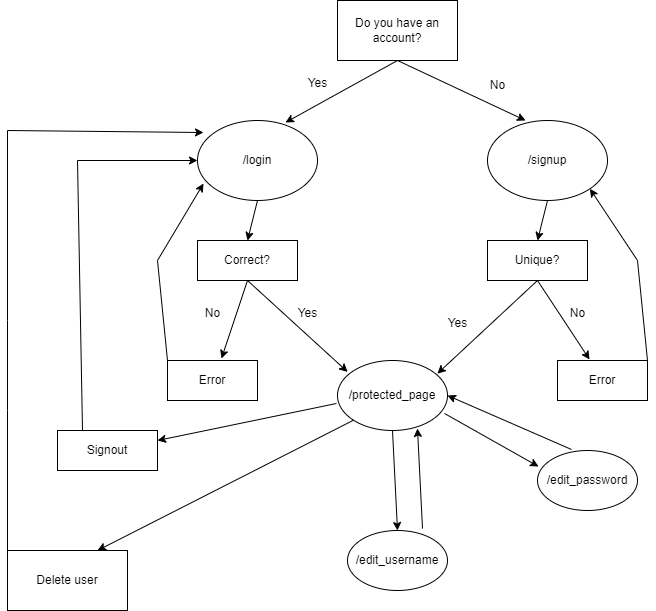
Earlier version of the draw.io export assets/ProgramFlow.drawio.png (Woodricht1/Messenger-App). Source tidied: cells renumbered, new cells last; positions are measured from the earlier drawing's top-left corner, leaving out a move shared by most shapes. Its diagram source:
```xml
<mxGraphModel>
  <root>
    <mxCell id="0" />
    <mxCell id="1" parent="0" />
    <mxCell id="2" value="Do you have an account?" style="rounded=0;whiteSpace=wrap;html=1;" parent="1" vertex="1">
      <mxGeometry x="330" width="120" height="60" as="geometry" />
    </mxCell>
    <mxCell id="3" value="/login" style="ellipse;whiteSpace=wrap;html=1;" parent="1" vertex="1">
      <mxGeometry x="190" y="120" width="120" height="80" as="geometry" />
    </mxCell>
    <mxCell id="4" value="/signup" style="ellipse;whiteSpace=wrap;html=1;" parent="1" vertex="1">
      <mxGeometry x="480" y="120" width="120" height="80" as="geometry" />
    </mxCell>
    <mxCell id="5" style="endArrow=classic;html=1;rounded=0;exitX=0.5;exitY=1;exitDx=0;exitDy=0;entryX=0.733;entryY=0.025;entryDx=0;entryDy=0;entryPerimeter=0;" parent="1" edge="1" source="2" target="3">
      <mxGeometry relative="1" as="geometry" />
    </mxCell>
    <mxCell id="6" style="endArrow=classic;html=1;rounded=0;exitX=0.5;exitY=1;exitDx=0;exitDy=0;entryX=0.317;entryY=0;entryDx=0;entryDy=0;entryPerimeter=0;" parent="1" edge="1" source="2" target="4">
      <mxGeometry relative="1" as="geometry" />
    </mxCell>
    <mxCell id="7" value="Unique?" style="rounded=0;whiteSpace=wrap;html=1;" parent="1" vertex="1">
      <mxGeometry x="480" y="240" width="100" height="40" as="geometry" />
    </mxCell>
    <mxCell id="8" value="Correct?" style="rounded=0;whiteSpace=wrap;html=1;" parent="1" vertex="1">
      <mxGeometry x="190" y="240" width="100" height="40" as="geometry" />
    </mxCell>
    <mxCell id="9" value="/protected_page" style="ellipse;whiteSpace=wrap;html=1;" parent="1" vertex="1">
      <mxGeometry x="330" y="360" width="110" height="70" as="geometry" />
    </mxCell>
    <mxCell id="10" style="endArrow=classic;html=1;rounded=0;exitX=0.5;exitY=1;exitDx=0;exitDy=0;entryX=0.092;entryY=0.163;entryDx=0;entryDy=0;entryPerimeter=0;" parent="1" edge="1" source="8" target="9">
      <mxGeometry relative="1" as="geometry" />
    </mxCell>
    <mxCell id="11" style="endArrow=classic;html=1;rounded=0;exitX=0.5;exitY=1;exitDx=0;exitDy=0;entryX=0.908;entryY=0.188;entryDx=0;entryDy=0;entryPerimeter=0;" parent="1" edge="1" source="7" target="9">
      <mxGeometry relative="1" as="geometry" />
    </mxCell>
    <mxCell id="12" value="Error" style="rounded=0;whiteSpace=wrap;html=1;" parent="1" vertex="1">
      <mxGeometry x="160" y="360" width="90" height="40" as="geometry" />
    </mxCell>
    <mxCell id="13" value="Error" style="rounded=0;whiteSpace=wrap;html=1;" parent="1" vertex="1">
      <mxGeometry x="550" y="360" width="90" height="40" as="geometry" />
    </mxCell>
    <mxCell id="14" style="endArrow=classic;html=1;rounded=0;exitX=0.5;exitY=1;exitDx=0;exitDy=0;entryX=0.6;entryY=-0.05;entryDx=0;entryDy=0;entryPerimeter=0;" parent="1" edge="1" source="8" target="12">
      <mxGeometry relative="1" as="geometry" />
    </mxCell>
    <mxCell id="15" style="endArrow=classic;html=1;rounded=0;exitX=0.5;exitY=1;exitDx=0;exitDy=0;entryX=0.356;entryY=-0.025;entryDx=0;entryDy=0;entryPerimeter=0;" parent="1" edge="1" source="7" target="13">
      <mxGeometry relative="1" as="geometry" />
    </mxCell>
    <mxCell id="16" style="endArrow=classic;html=1;rounded=0;exitX=0.5;exitY=1;exitDx=0;exitDy=0;entryX=0.5;entryY=0;entryDx=0;entryDy=0;" parent="1" edge="1" source="3" target="8">
      <mxGeometry relative="1" as="geometry" />
    </mxCell>
    <mxCell id="17" style="endArrow=classic;html=1;rounded=0;exitX=0.5;exitY=1;exitDx=0;exitDy=0;entryX=0.5;entryY=0;entryDx=0;entryDy=0;" parent="1" edge="1" source="4" target="7">
      <mxGeometry relative="1" as="geometry" />
    </mxCell>
    <mxCell id="18" value="Delete user" style="rounded=0;whiteSpace=wrap;html=1;" parent="1" vertex="1">
      <mxGeometry y="550" width="120" height="60" as="geometry" />
    </mxCell>
    <mxCell id="19" style="endArrow=classic;html=1;rounded=0;exitX=0;exitY=1;exitDx=0;exitDy=0;entryX=0.75;entryY=0;entryDx=0;entryDy=0;" parent="1" edge="1" source="9" target="18">
      <mxGeometry relative="1" as="geometry" />
    </mxCell>
    <mxCell id="20" style="endArrow=classic;html=1;rounded=0;exitX=0;exitY=0;exitDx=0;exitDy=0;entryX=0.05;entryY=0.15;entryDx=0;entryDy=0;entryPerimeter=0;" parent="1" edge="1" source="18" target="3">
      <mxGeometry relative="1" as="geometry">
        <Array as="points">
          <mxPoint y="410" />
          <mxPoint y="320" />
          <mxPoint y="130" />
        </Array>
      </mxGeometry>
    </mxCell>
    <mxCell id="21" value="/edit_username" style="ellipse;whiteSpace=wrap;html=1;" parent="1" vertex="1">
      <mxGeometry x="340" y="530" width="100" height="60" as="geometry" />
    </mxCell>
    <mxCell id="22" value="/edit_password" style="ellipse;whiteSpace=wrap;html=1;" parent="1" vertex="1">
      <mxGeometry x="530" y="450" width="100" height="60" as="geometry" />
    </mxCell>
    <mxCell id="23" style="endArrow=classic;html=1;rounded=0;exitX=0.5;exitY=1;exitDx=0;exitDy=0;entryX=0.5;entryY=0;entryDx=0;entryDy=0;" parent="1" edge="1" source="9" target="21">
      <mxGeometry relative="1" as="geometry" />
    </mxCell>
    <mxCell id="24" style="endArrow=classic;html=1;rounded=0;exitX=0.973;exitY=0.757;exitDx=0;exitDy=0;exitPerimeter=0;entryX=0.01;entryY=0.267;entryDx=0;entryDy=0;entryPerimeter=0;" parent="1" edge="1" source="9" target="22">
      <mxGeometry relative="1" as="geometry" />
    </mxCell>
    <mxCell id="25" style="endArrow=classic;html=1;rounded=0;exitX=0.34;exitY=-0.017;exitDx=0;exitDy=0;exitPerimeter=0;entryX=1;entryY=0.5;entryDx=0;entryDy=0;" parent="1" edge="1" source="22" target="9">
      <mxGeometry relative="1" as="geometry" />
    </mxCell>
    <mxCell id="26" style="endArrow=classic;html=1;rounded=0;entryX=0.727;entryY=0.971;entryDx=0;entryDy=0;entryPerimeter=0;exitX=0.75;exitY=-0.033;exitDx=0;exitDy=0;exitPerimeter=0;" parent="1" edge="1" source="21" target="9">
      <mxGeometry relative="1" as="geometry" />
    </mxCell>
    <mxCell id="27" value="Yes" style="text;html=1;align=center;verticalAlign=middle;strokeColor=none;fillColor=none;" parent="1" vertex="1">
      <mxGeometry x="290" y="68" width="40" height="30" as="geometry" />
    </mxCell>
    <mxCell id="28" value="No" style="text;html=1;align=center;verticalAlign=middle;strokeColor=none;fillColor=none;" parent="1" vertex="1">
      <mxGeometry x="470" y="70" width="40" height="30" as="geometry" />
    </mxCell>
    <mxCell id="29" value="No" style="text;html=1;align=center;verticalAlign=middle;strokeColor=none;fillColor=none;" parent="1" vertex="1">
      <mxGeometry x="185" y="298" width="40" height="30" as="geometry" />
    </mxCell>
    <mxCell id="30" style="endArrow=classic;html=1;rounded=0;exitX=0;exitY=0;exitDx=0;exitDy=0;entryX=0.05;entryY=0.788;entryDx=0;entryDy=0;entryPerimeter=0;" parent="1" edge="1" source="12" target="3">
      <mxGeometry relative="1" as="geometry">
        <Array as="points">
          <mxPoint x="150" y="260" />
        </Array>
      </mxGeometry>
    </mxCell>
    <mxCell id="31" value="Yes" style="text;html=1;align=center;verticalAlign=middle;strokeColor=none;fillColor=none;" parent="1" vertex="1">
      <mxGeometry x="280" y="298" width="40" height="30" as="geometry" />
    </mxCell>
    <mxCell id="32" value="Yes" style="text;html=1;align=center;verticalAlign=middle;strokeColor=none;fillColor=none;" parent="1" vertex="1">
      <mxGeometry x="430" y="308" width="40" height="30" as="geometry" />
    </mxCell>
    <mxCell id="33" value="No" style="text;html=1;align=center;verticalAlign=middle;strokeColor=none;fillColor=none;" parent="1" vertex="1">
      <mxGeometry x="550" y="298" width="40" height="30" as="geometry" />
    </mxCell>
    <mxCell id="34" style="endArrow=classic;html=1;rounded=0;exitX=1;exitY=0;exitDx=0;exitDy=0;entryX=1;entryY=1;entryDx=0;entryDy=0;" parent="1" edge="1" source="13" target="4">
      <mxGeometry relative="1" as="geometry">
        <Array as="points">
          <mxPoint x="630" y="260" />
        </Array>
      </mxGeometry>
    </mxCell>
    <mxCell id="35" value="Signout" style="rounded=0;whiteSpace=wrap;html=1;" parent="1" vertex="1">
      <mxGeometry x="50" y="430" width="100" height="40" as="geometry" />
    </mxCell>
    <mxCell id="36" style="endArrow=classic;html=1;rounded=0;exitX=-0.009;exitY=0.614;exitDx=0;exitDy=0;exitPerimeter=0;entryX=1;entryY=0.25;entryDx=0;entryDy=0;" parent="1" edge="1" source="9" target="35">
      <mxGeometry relative="1" as="geometry" />
    </mxCell>
    <mxCell id="37" style="endArrow=classic;html=1;rounded=0;exitX=0.25;exitY=0;exitDx=0;exitDy=0;entryX=0;entryY=0.5;entryDx=0;entryDy=0;" parent="1" edge="1" source="35" target="3">
      <mxGeometry relative="1" as="geometry">
        <Array as="points">
          <mxPoint x="70" y="160" />
        </Array>
      </mxGeometry>
    </mxCell>
  </root>
</mxGraphModel>
```
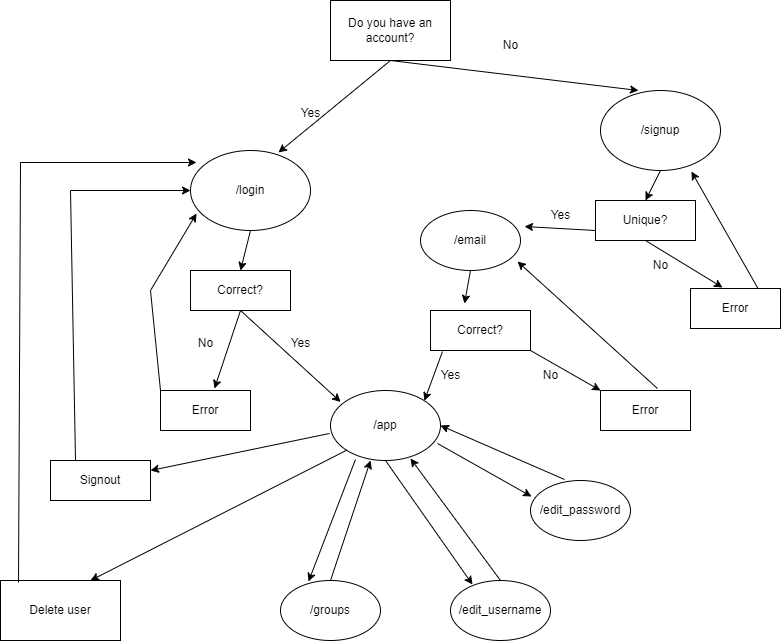
After the commit.

Commit message:
Fixed front and backend of groups

The edit, as a diff of the source:
```diff
@@ -3,13 +3,13 @@
     <mxCell id="0" />
     <mxCell id="1" parent="0" />
     <mxCell id="2" value="Do you have an account?" style="rounded=0;whiteSpace=wrap;html=1;" parent="1" vertex="1">
-      <mxGeometry x="330" width="120" height="60" as="geometry" />
+      <mxGeometry x="330" y="-30" width="120" height="60" as="geometry" />
     </mxCell>
     <mxCell id="3" value="/login" style="ellipse;whiteSpace=wrap;html=1;" parent="1" vertex="1">
       <mxGeometry x="190" y="120" width="120" height="80" as="geometry" />
     </mxCell>
     <mxCell id="4" value="/signup" style="ellipse;whiteSpace=wrap;html=1;" parent="1" vertex="1">
-      <mxGeometry x="480" y="120" width="120" height="80" as="geometry" />
+      <mxGeometry x="600" y="60" width="120" height="80" as="geometry" />
     </mxCell>
     <mxCell id="5" style="endArrow=classic;html=1;rounded=0;exitX=0.5;exitY=1;exitDx=0;exitDy=0;entryX=0.733;entryY=0.025;entryDx=0;entryDy=0;entryPerimeter=0;" parent="1" edge="1" source="2" target="3">
       <mxGeometry relative="1" as="geometry" />
@@ -18,25 +18,22 @@
       <mxGeometry relative="1" as="geometry" />
     </mxCell>
     <mxCell id="7" value="Unique?" style="rounded=0;whiteSpace=wrap;html=1;" parent="1" vertex="1">
-      <mxGeometry x="480" y="240" width="100" height="40" as="geometry" />
+      <mxGeometry x="595" y="170" width="100" height="40" as="geometry" />
     </mxCell>
     <mxCell id="8" value="Correct?" style="rounded=0;whiteSpace=wrap;html=1;" parent="1" vertex="1">
       <mxGeometry x="190" y="240" width="100" height="40" as="geometry" />
     </mxCell>
-    <mxCell id="9" value="/protected_page" style="ellipse;whiteSpace=wrap;html=1;" parent="1" vertex="1">
+    <mxCell id="9" value="/app" style="ellipse;whiteSpace=wrap;html=1;" parent="1" vertex="1">
       <mxGeometry x="330" y="360" width="110" height="70" as="geometry" />
     </mxCell>
     <mxCell id="10" style="endArrow=classic;html=1;rounded=0;exitX=0.5;exitY=1;exitDx=0;exitDy=0;entryX=0.092;entryY=0.163;entryDx=0;entryDy=0;entryPerimeter=0;" parent="1" edge="1" source="8" target="9">
       <mxGeometry relative="1" as="geometry" />
     </mxCell>
-    <mxCell id="11" style="endArrow=classic;html=1;rounded=0;exitX=0.5;exitY=1;exitDx=0;exitDy=0;entryX=0.908;entryY=0.188;entryDx=0;entryDy=0;entryPerimeter=0;" parent="1" edge="1" source="7" target="9">
-      <mxGeometry relative="1" as="geometry" />
-    </mxCell>
     <mxCell id="12" value="Error" style="rounded=0;whiteSpace=wrap;html=1;" parent="1" vertex="1">
       <mxGeometry x="160" y="360" width="90" height="40" as="geometry" />
     </mxCell>
     <mxCell id="13" value="Error" style="rounded=0;whiteSpace=wrap;html=1;" parent="1" vertex="1">
-      <mxGeometry x="550" y="360" width="90" height="40" as="geometry" />
+      <mxGeometry x="690" y="258" width="90" height="40" as="geometry" />
     </mxCell>
     <mxCell id="14" style="endArrow=classic;html=1;rounded=0;exitX=0.5;exitY=1;exitDx=0;exitDy=0;entryX=0.6;entryY=-0.05;entryDx=0;entryDy=0;entryPerimeter=0;" parent="1" edge="1" source="8" target="12">
       <mxGeometry relative="1" as="geometry" />
@@ -56,22 +53,20 @@
     <mxCell id="19" style="endArrow=classic;html=1;rounded=0;exitX=0;exitY=1;exitDx=0;exitDy=0;entryX=0.75;entryY=0;entryDx=0;entryDy=0;" parent="1" edge="1" source="9" target="18">
       <mxGeometry relative="1" as="geometry" />
     </mxCell>
-    <mxCell id="20" style="endArrow=classic;html=1;rounded=0;exitX=0;exitY=0;exitDx=0;exitDy=0;entryX=0.05;entryY=0.15;entryDx=0;entryDy=0;entryPerimeter=0;" parent="1" edge="1" source="18" target="3">
+    <mxCell id="20" style="endArrow=classic;html=1;rounded=0;exitX=0.15;exitY=0.033;exitDx=0;exitDy=0;entryX=0.05;entryY=0.15;entryDx=0;entryDy=0;entryPerimeter=0;exitPerimeter=0;" parent="1" edge="1" source="18" target="3">
       <mxGeometry relative="1" as="geometry">
         <Array as="points">
-          <mxPoint y="410" />
-          <mxPoint y="320" />
-          <mxPoint y="130" />
+          <mxPoint x="20" y="132" />
         </Array>
       </mxGeometry>
     </mxCell>
     <mxCell id="21" value="/edit_username" style="ellipse;whiteSpace=wrap;html=1;" parent="1" vertex="1">
-      <mxGeometry x="340" y="530" width="100" height="60" as="geometry" />
+      <mxGeometry x="450" y="550" width="100" height="60" as="geometry" />
     </mxCell>
     <mxCell id="22" value="/edit_password" style="ellipse;whiteSpace=wrap;html=1;" parent="1" vertex="1">
       <mxGeometry x="530" y="450" width="100" height="60" as="geometry" />
     </mxCell>
-    <mxCell id="23" style="endArrow=classic;html=1;rounded=0;exitX=0.5;exitY=1;exitDx=0;exitDy=0;entryX=0.5;entryY=0;entryDx=0;entryDy=0;" parent="1" edge="1" source="9" target="21">
+    <mxCell id="23" style="endArrow=classic;html=1;rounded=0;exitX=0.5;exitY=1;exitDx=0;exitDy=0;entryX=0.22;entryY=0.067;entryDx=0;entryDy=0;entryPerimeter=0;" parent="1" edge="1" source="9" target="21">
       <mxGeometry relative="1" as="geometry" />
     </mxCell>
     <mxCell id="24" style="endArrow=classic;html=1;rounded=0;exitX=0.973;exitY=0.757;exitDx=0;exitDy=0;exitPerimeter=0;entryX=0.01;entryY=0.267;entryDx=0;entryDy=0;entryPerimeter=0;" parent="1" edge="1" source="9" target="22">
@@ -80,14 +75,14 @@
     <mxCell id="25" style="endArrow=classic;html=1;rounded=0;exitX=0.34;exitY=-0.017;exitDx=0;exitDy=0;exitPerimeter=0;entryX=1;entryY=0.5;entryDx=0;entryDy=0;" parent="1" edge="1" source="22" target="9">
       <mxGeometry relative="1" as="geometry" />
     </mxCell>
-    <mxCell id="26" style="endArrow=classic;html=1;rounded=0;entryX=0.727;entryY=0.971;entryDx=0;entryDy=0;entryPerimeter=0;exitX=0.75;exitY=-0.033;exitDx=0;exitDy=0;exitPerimeter=0;" parent="1" edge="1" source="21" target="9">
+    <mxCell id="26" style="endArrow=classic;html=1;rounded=0;entryX=0.727;entryY=0.971;entryDx=0;entryDy=0;entryPerimeter=0;exitX=0.5;exitY=0;exitDx=0;exitDy=0;" parent="1" edge="1" source="21" target="9">
       <mxGeometry relative="1" as="geometry" />
     </mxCell>
     <mxCell id="27" value="Yes" style="text;html=1;align=center;verticalAlign=middle;strokeColor=none;fillColor=none;" parent="1" vertex="1">
       <mxGeometry x="290" y="68" width="40" height="30" as="geometry" />
     </mxCell>
     <mxCell id="28" value="No" style="text;html=1;align=center;verticalAlign=middle;strokeColor=none;fillColor=none;" parent="1" vertex="1">
-      <mxGeometry x="470" y="70" width="40" height="30" as="geometry" />
+      <mxGeometry x="490" width="40" height="30" as="geometry" />
     </mxCell>
     <mxCell id="29" value="No" style="text;html=1;align=center;verticalAlign=middle;strokeColor=none;fillColor=none;" parent="1" vertex="1">
       <mxGeometry x="185" y="298" width="40" height="30" as="geometry" />
@@ -102,19 +97,9 @@
     <mxCell id="31" value="Yes" style="text;html=1;align=center;verticalAlign=middle;strokeColor=none;fillColor=none;" parent="1" vertex="1">
       <mxGeometry x="280" y="298" width="40" height="30" as="geometry" />
     </mxCell>
-    <mxCell id="32" value="Yes" style="text;html=1;align=center;verticalAlign=middle;strokeColor=none;fillColor=none;" parent="1" vertex="1">
-      <mxGeometry x="430" y="308" width="40" height="30" as="geometry" />
-    </mxCell>
     <mxCell id="33" value="No" style="text;html=1;align=center;verticalAlign=middle;strokeColor=none;fillColor=none;" parent="1" vertex="1">
-      <mxGeometry x="550" y="298" width="40" height="30" as="geometry" />
+      <mxGeometry x="640" y="220" width="40" height="30" as="geometry" />
     </mxCell>
-    <mxCell id="34" style="endArrow=classic;html=1;rounded=0;exitX=1;exitY=0;exitDx=0;exitDy=0;entryX=1;entryY=1;entryDx=0;entryDy=0;" parent="1" edge="1" source="13" target="4">
-      <mxGeometry relative="1" as="geometry">
-        <Array as="points">
-          <mxPoint x="630" y="260" />
-        </Array>
-      </mxGeometry>
-    </mxCell>
     <mxCell id="35" value="Signout" style="rounded=0;whiteSpace=wrap;html=1;" parent="1" vertex="1">
       <mxGeometry x="50" y="430" width="100" height="40" as="geometry" />
     </mxCell>
@@ -128,5 +113,50 @@
         </Array>
       </mxGeometry>
     </mxCell>
+    <mxCell id="38" value="/groups" style="ellipse;whiteSpace=wrap;html=1;" parent="1" vertex="1">
+      <mxGeometry x="280" y="550" width="100" height="60" as="geometry" />
+    </mxCell>
+    <mxCell id="39" style="endArrow=classic;html=1;rounded=0;exitX=0.227;exitY=0.986;exitDx=0;exitDy=0;exitPerimeter=0;entryX=0.28;entryY=0.017;entryDx=0;entryDy=0;entryPerimeter=0;" parent="1" edge="1" source="9" target="38">
+      <mxGeometry relative="1" as="geometry" />
+    </mxCell>
+    <mxCell id="40" style="endArrow=classic;html=1;rounded=0;exitX=0.5;exitY=0;exitDx=0;exitDy=0;entryX=0.364;entryY=1;entryDx=0;entryDy=0;entryPerimeter=0;" parent="1" edge="1" source="38" target="9">
+      <mxGeometry relative="1" as="geometry" />
+    </mxCell>
+    <mxCell id="41" value="/email" style="ellipse;whiteSpace=wrap;html=1;" parent="1" vertex="1">
+      <mxGeometry x="420" y="180" width="100" height="60" as="geometry" />
+    </mxCell>
+    <mxCell id="42" value="Correct?" style="rounded=0;whiteSpace=wrap;html=1;" parent="1" vertex="1">
+      <mxGeometry x="430" y="280" width="100" height="40" as="geometry" />
+    </mxCell>
+    <mxCell id="43" style="endArrow=classic;html=1;rounded=0;exitX=0;exitY=0.75;exitDx=0;exitDy=0;entryX=1.04;entryY=0.267;entryDx=0;entryDy=0;entryPerimeter=0;" parent="1" edge="1" source="7" target="41">
+      <mxGeometry relative="1" as="geometry" />
+    </mxCell>
+    <mxCell id="44" value="Yes" style="text;html=1;align=center;verticalAlign=middle;strokeColor=none;fillColor=none;" parent="1" vertex="1">
+      <mxGeometry x="540" y="170" width="40" height="30" as="geometry" />
+    </mxCell>
+    <mxCell id="34" style="endArrow=classic;html=1;rounded=0;exitX=0.75;exitY=0;exitDx=0;exitDy=0;entryX=0.758;entryY=1.013;entryDx=0;entryDy=0;entryPerimeter=0;" parent="1" edge="1" source="13" target="4">
+      <mxGeometry relative="1" as="geometry" />
+    </mxCell>
+    <mxCell id="45" style="endArrow=classic;html=1;rounded=0;exitX=0.12;exitY=1.025;exitDx=0;exitDy=0;exitPerimeter=0;entryX=1;entryY=0;entryDx=0;entryDy=0;" parent="1" edge="1" source="42" target="9">
+      <mxGeometry relative="1" as="geometry" />
+    </mxCell>
+    <mxCell id="46" value="Yes" style="text;html=1;align=center;verticalAlign=middle;strokeColor=none;fillColor=none;" parent="1" vertex="1">
+      <mxGeometry x="430" y="330" width="40" height="30" as="geometry" />
+    </mxCell>
+    <mxCell id="47" style="endArrow=classic;html=1;rounded=0;exitX=0.5;exitY=1;exitDx=0;exitDy=0;entryX=0.34;entryY=-0.175;entryDx=0;entryDy=0;entryPerimeter=0;" parent="1" edge="1" source="41" target="42">
+      <mxGeometry relative="1" as="geometry" />
+    </mxCell>
+    <mxCell id="48" value="Error" style="rounded=0;whiteSpace=wrap;html=1;" parent="1" vertex="1">
+      <mxGeometry x="600" y="360" width="90" height="40" as="geometry" />
+    </mxCell>
+    <mxCell id="49" style="endArrow=classic;html=1;rounded=0;exitX=1;exitY=1;exitDx=0;exitDy=0;entryX=0;entryY=0;entryDx=0;entryDy=0;" parent="1" edge="1" source="42" target="48">
+      <mxGeometry relative="1" as="geometry" />
+    </mxCell>
+    <mxCell id="50" value="No" style="text;html=1;align=center;verticalAlign=middle;strokeColor=none;fillColor=none;" parent="1" vertex="1">
+      <mxGeometry x="530" y="330" width="40" height="30" as="geometry" />
+    </mxCell>
+    <mxCell id="51" style="endArrow=classic;html=1;rounded=0;exitX=0.633;exitY=-0.05;exitDx=0;exitDy=0;exitPerimeter=0;entryX=0.97;entryY=0.85;entryDx=0;entryDy=0;entryPerimeter=0;" parent="1" edge="1" source="48" target="41">
+      <mxGeometry relative="1" as="geometry" />
+    </mxCell>
   </root>
 </mxGraphModel>
```
